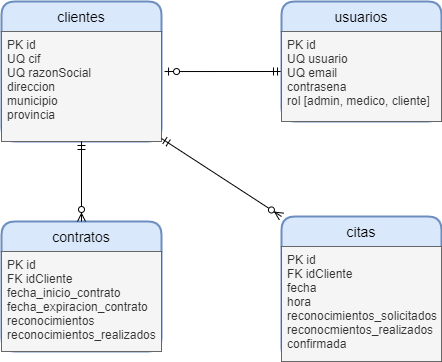
The draw.io diagram drawio/relacional.png in rubenfgr/gestion-citas-medicas, before a commit. Source tidied: cells renumbered, new cells last; positions are measured from the earlier drawing's top-left corner, leaving out a move shared by most shapes.
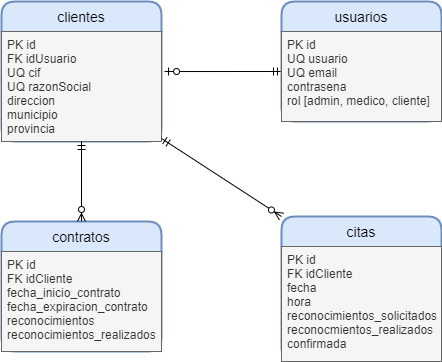
After the change.

Change to the diagram source:
```diff
@@ -5,7 +5,7 @@
     <mxCell id="2" value="clientes" style="swimlane;horizontal=1;startSize=30;rounded=1;fontSize=14;fontStyle=0;strokeWidth=2;shadow=0;dashed=0;align=center;swimlaneLine=0;fillColor=#dae8fc;strokeColor=#6c8ebf;" parent="1" vertex="1">
       <mxGeometry width="160" height="140" as="geometry" />
     </mxCell>
-    <mxCell id="3" value="PK id&#10;UQ cif&#10;UQ razonSocial&#10;direccion&#10;municipio&#10;provincia" style="align=left;spacingLeft=4;fontSize=12;verticalAlign=top;fillColor=#f5f5f5;strokeColor=#666666;fontColor=#333333;" parent="2" vertex="1">
+    <mxCell id="3" value="PK id&#10;FK idUsuario&#10;UQ cif&#10;UQ razonSocial&#10;direccion&#10;municipio&#10;provincia" style="align=left;spacingLeft=4;fontSize=12;verticalAlign=top;fillColor=#f5f5f5;strokeColor=#666666;fontColor=#333333;" parent="2" vertex="1">
       <mxGeometry y="30" width="160" height="110" as="geometry" />
     </mxCell>
     <mxCell id="4" style="edgeStyle=orthogonalEdgeStyle;rounded=0;jettySize=auto;html=1;entryX=1.019;entryY=0.364;entryDx=0;entryDy=0;startArrow=ERmandOne;startFill=0;endArrow=ERzeroToOne;endFill=1;entryPerimeter=0;" parent="1" edge="1" target="3">
```
